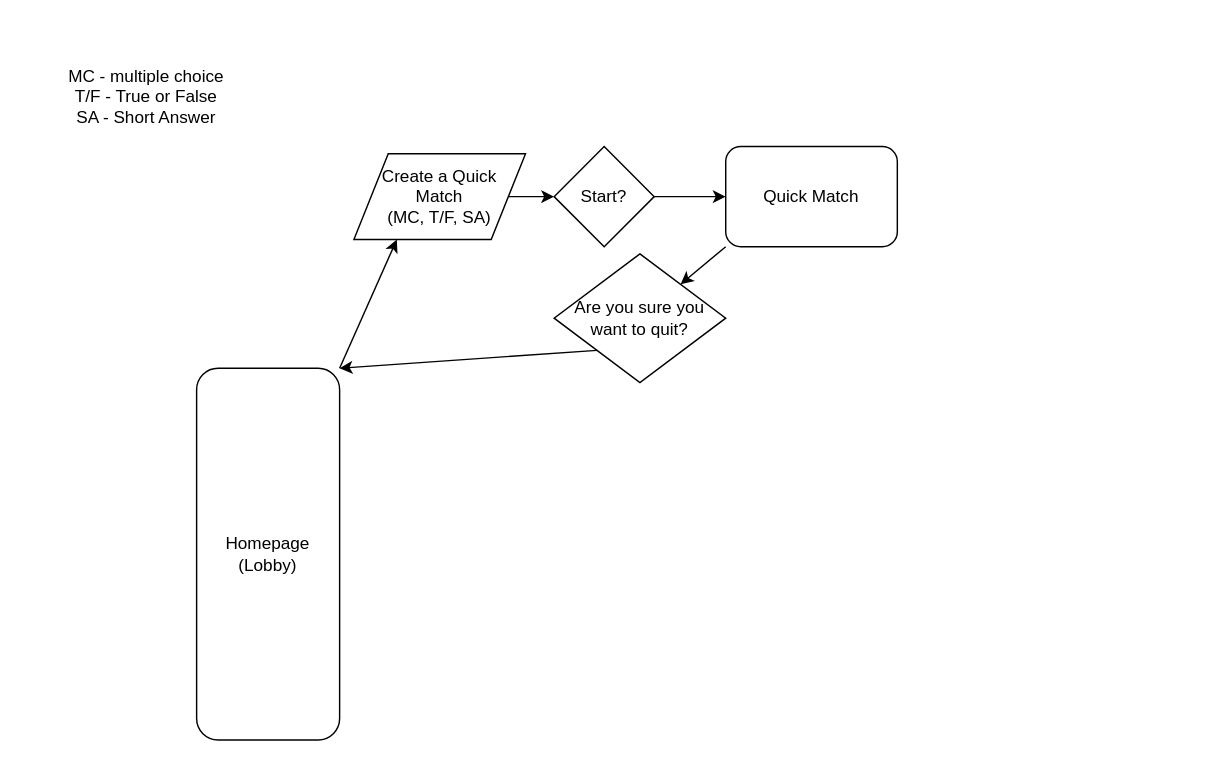
Earlier version of the draw.io diagram site-plan.drawio (soham-git/charterhacks-submission). Source tidied: cells renumbered, new cells numbered last; positions are measured from the earlier drawing's top-left corner, leaving out a move shared by most shapes. Both pictures are drawn from the tidied source at 143%, with x=0, y=0 at pixel (24, 24).
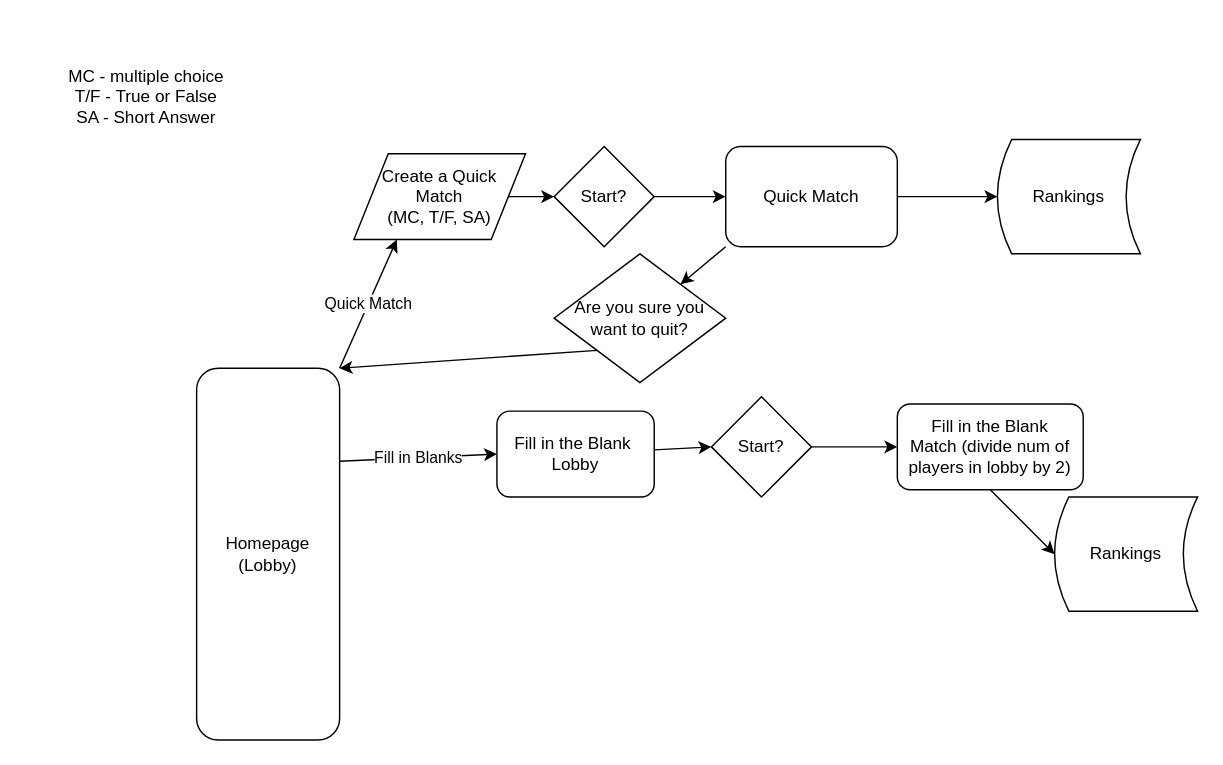
The same diagram, later.

The change refers to these unchanged cells:
```xml
<mxCell id="2" value="Homepage&lt;br&gt;(Lobby)" style="rounded=1;whiteSpace=wrap;html=1;" parent="1" vertex="1">
  <mxGeometry x="120" y="240" width="100" height="260" as="geometry" />
</mxCell>
<mxCell id="5" value="Quick Match" style="rounded=1;whiteSpace=wrap;html=1;" parent="1" vertex="1">
  <mxGeometry x="490" y="85" width="120" height="70" as="geometry" />
</mxCell>
<mxCell id="7" value="Create a Quick&lt;br&gt;Match&lt;br&gt;(MC, T/F, SA)" style="shape=parallelogram;perimeter=parallelogramPerimeter;whiteSpace=wrap;html=1;" parent="1" vertex="1">
  <mxGeometry x="230" y="90" width="120" height="60" as="geometry" />
</mxCell>
```

What changed in the source:
```diff
@@
-    <mxCell id="4" style="endArrow=classic;html=1;exitX=1;exitY=0;exitDx=0;exitDy=0;entryX=0.25;entryY=1;entryDx=0;entryDy=0;" parent="1" edge="1" source="2" target="7">
+    <mxCell id="4" value="Quick Match" style="endArrow=classic;html=1;exitX=1;exitY=0;exitDx=0;exitDy=0;entryX=0.25;entryY=1;entryDx=0;entryDy=0;" parent="1" edge="1" source="2" target="7">
       <mxGeometry relative="1" as="geometry" />
     </mxCell>
@@
+    <mxCell id="13" style="endArrow=classic;html=1;exitX=1;exitY=0.25;exitDx=0;exitDy=0;entryX=0;entryY=0.5;entryDx=0;entryDy=0;" parent="1" edge="1" source="2" target="15">
+      <mxGeometry relative="1" as="geometry" />
+    </mxCell>
+    <mxCell id="14" value="Fill in Blanks" style="edgeLabel;html=1;align=center;verticalAlign=middle;" parent="13" vertex="1">
+      <mxGeometry relative="1" as="geometry" />
+    </mxCell>
+    <mxCell id="15" value="Fill in the Blank&amp;nbsp;&lt;br&gt;Lobby" style="rounded=1;whiteSpace=wrap;html=1;" parent="1" vertex="1">
+      <mxGeometry x="330" y="270" width="110" height="60" as="geometry" />
+    </mxCell>
+    <mxCell id="16" value="Start?" style="rhombus;whiteSpace=wrap;html=1;" parent="1" vertex="1">
+      <mxGeometry x="480" y="260" width="70" height="70" as="geometry" />
+    </mxCell>
+    <mxCell id="17" style="endArrow=classic;html=1;entryX=0;entryY=0.5;entryDx=0;entryDy=0;" parent="1" edge="1" source="15" target="16">
+      <mxGeometry relative="1" as="geometry" />
+    </mxCell>
+    <mxCell id="18" style="endArrow=classic;html=1;exitX=1;exitY=0.5;exitDx=0;exitDy=0;" parent="1" edge="1" source="16" target="19">
+      <mxGeometry relative="1" as="geometry" />
+    </mxCell>
+    <mxCell id="19" value="Fill in the Blank&lt;br&gt;Match (divide num of&lt;br&gt;players in lobby by 2)" style="rounded=1;whiteSpace=wrap;html=1;" parent="1" vertex="1">
+      <mxGeometry x="610" y="265" width="130" height="60" as="geometry" />
+    </mxCell>
+    <mxCell id="20" style="endArrow=classic;html=1;exitX=0.5;exitY=1;exitDx=0;exitDy=0;entryX=0;entryY=0.5;entryDx=0;entryDy=0;" parent="1" edge="1" source="19" target="23">
+      <mxGeometry relative="1" as="geometry" />
+    </mxCell>
+    <mxCell id="21" style="endArrow=classic;html=1;exitX=1;exitY=0.5;exitDx=0;exitDy=0;" parent="1" edge="1" source="5" target="22">
+      <mxGeometry relative="1" as="geometry" />
+    </mxCell>
+    <mxCell id="22" value="Rankings" style="shape=dataStorage;whiteSpace=wrap;html=1;" parent="1" vertex="1">
+      <mxGeometry x="680" y="80" width="100" height="80" as="geometry" />
+    </mxCell>
+    <mxCell id="23" value="Rankings" style="shape=dataStorage;whiteSpace=wrap;html=1;" parent="1" vertex="1">
+      <mxGeometry x="720" y="330" width="100" height="80" as="geometry" />
+    </mxCell>
```
